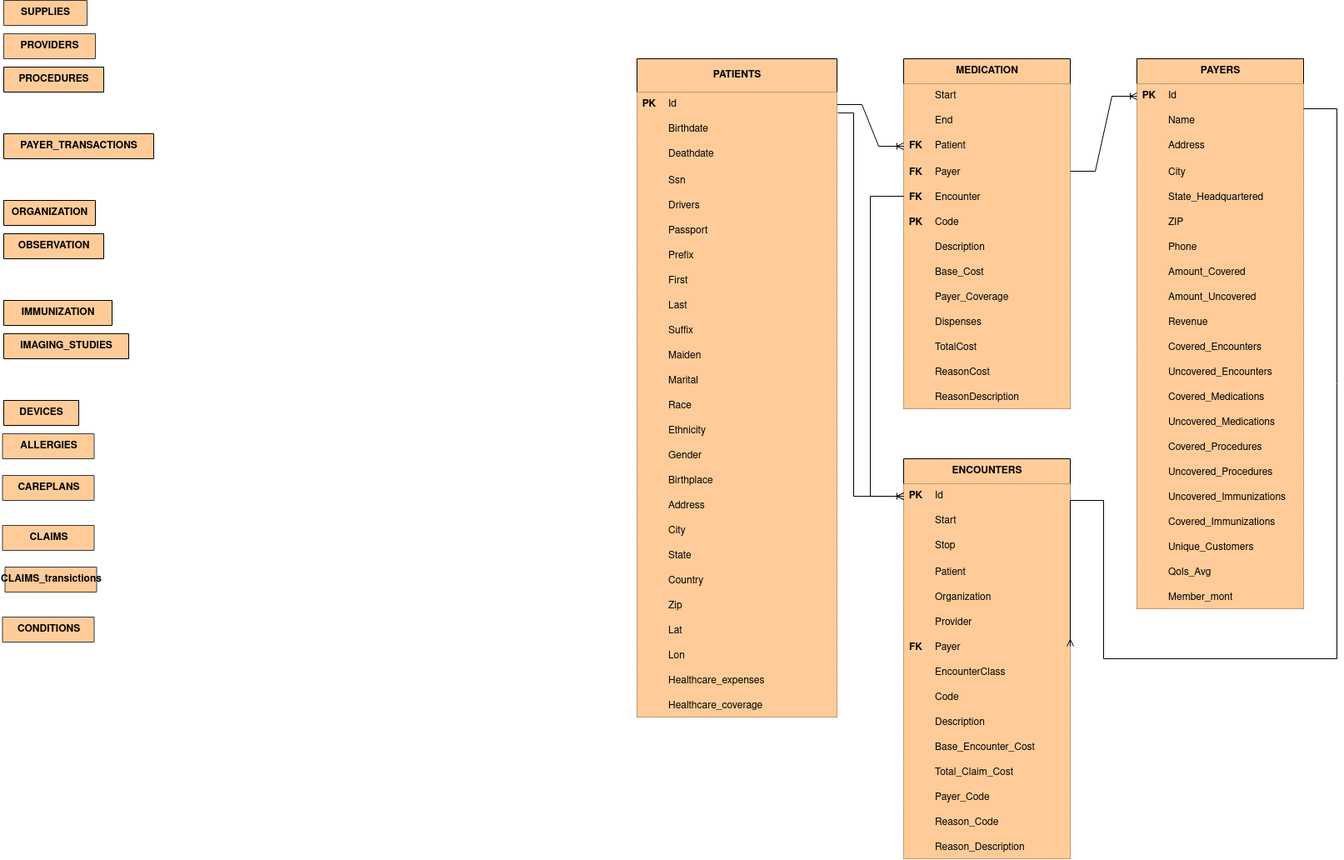
Earlier version of the draw.io export BigDataProject.drawio.png (UtsuroNoArashi/BigDataProject). Source tidied: cells renumbered, new cells last; positions are measured from the earlier drawing's top-left corner, leaving out a move shared by most shapes.
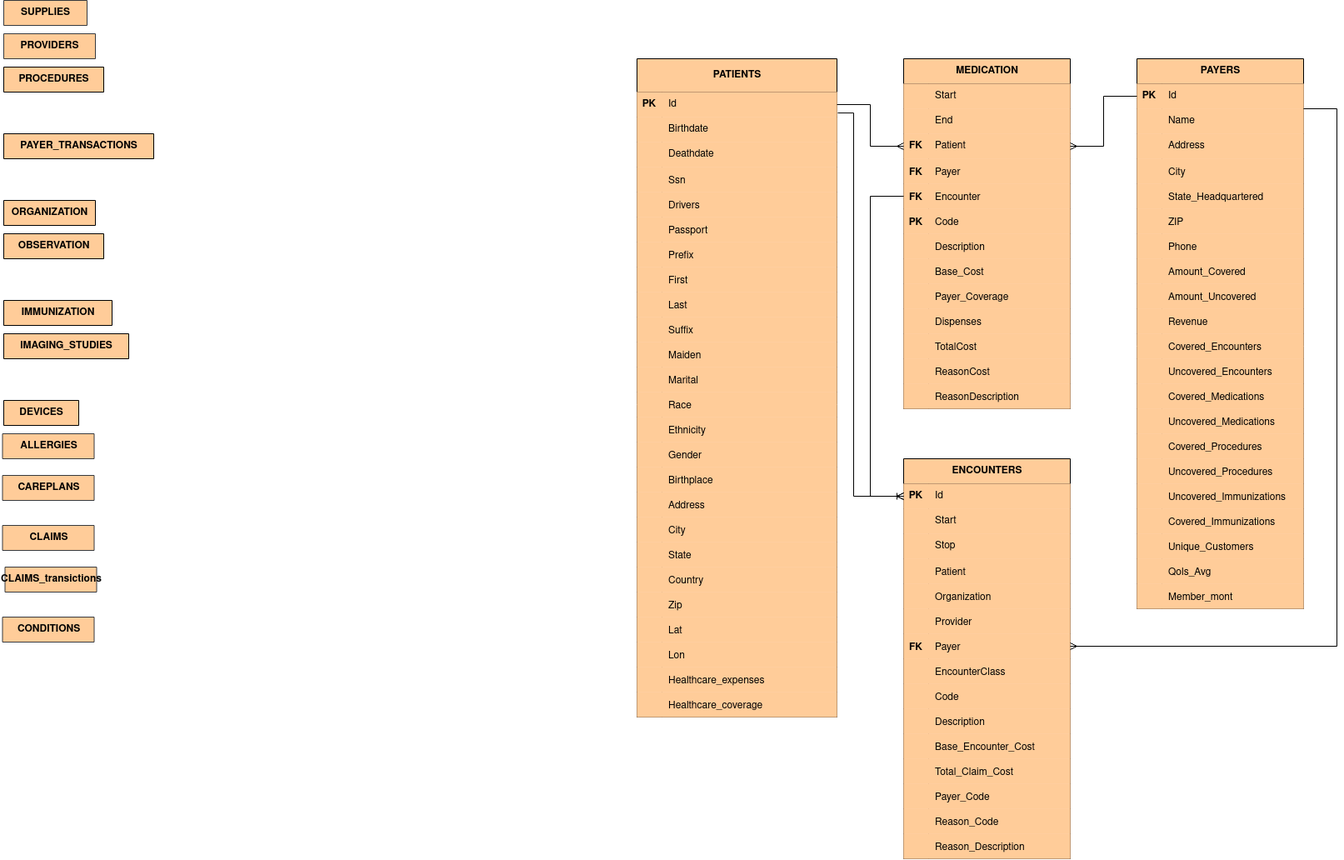
After the commit.

What changed in the source:
```diff
@@ -722,28 +722,11 @@
     <mxCell id="241" value="DEVICES" style="shape=table;startSize=30;rowLines=0;fontStyle=1;align=center;html=1;fillColor=light-dark(#FFCC99,#B98351);fontColor=light-dark(#000000,#000000);" parent="1" vertex="1" collapsed="1">
       <mxGeometry x="2" y="480" width="90" height="30" as="geometry" />
     </mxCell>
-    <mxCell id="242" style="edgeStyle=entityRelationEdgeStyle;fontSize=12;html=1;endArrow=ERoneToMany;rounded=0;exitX=1;exitY=0.5;exitDx=0;exitDy=0;entryX=0;entryY=0.5;entryDx=0;entryDy=0;" parent="1" edge="1" source="74" target="158">
-      <mxGeometry relative="1" as="geometry">
-        <Array as="points">
-          <mxPoint x="1182" y="100" />
-          <mxPoint x="1162" y="190" />
-          <mxPoint x="1222" y="110" />
-          <mxPoint x="1232" y="105" />
-          <mxPoint x="1202" y="135" />
-        </Array>
-      </mxGeometry>
-    </mxCell>
-    <mxCell id="243" style="edgeStyle=entityRelationEdgeStyle;fontSize=12;html=1;endArrow=ERoneToMany;rounded=0;exitX=1;exitY=0.5;exitDx=0;exitDy=0;entryX=0;entryY=0.5;entryDx=0;entryDy=0;" parent="1" edge="1" source="161" target="9">
-      <mxGeometry relative="1" as="geometry" />
-    </mxCell>
     <mxCell id="244" style="edgeStyle=orthogonalEdgeStyle;rounded=0;jettySize=auto;html=1;exitX=1;exitY=0.5;exitDx=0;exitDy=0;endArrow=none;endFill=0;startFill=0;startArrow=ERmany;" parent="1" edge="1" source="214">
       <mxGeometry relative="1" as="geometry">
         <mxPoint x="1562" y="130" as="targetPoint" />
         <Array as="points">
-          <mxPoint x="1282" y="600" />
-          <mxPoint x="1322" y="600" />
-          <mxPoint x="1322" y="790" />
-          <mxPoint x="1602" y="790" />
+          <mxPoint x="1602" y="775" />
           <mxPoint x="1602" y="130" />
         </Array>
       </mxGeometry>
@@ -764,5 +747,11 @@
         </Array>
       </mxGeometry>
     </mxCell>
+    <mxCell id="242" style="edgeStyle=orthogonalEdgeStyle;rounded=0;jettySize=auto;html=1;exitX=1;exitY=0.5;exitDx=0;exitDy=0;endArrow=ERmany;endFill=0;" parent="1" edge="1" source="74" target="158">
+      <mxGeometry relative="1" as="geometry" />
+    </mxCell>
+    <mxCell id="247" style="edgeStyle=orthogonalEdgeStyle;rounded=0;jettySize=auto;html=1;exitX=0;exitY=0.5;exitDx=0;exitDy=0;entryX=1;entryY=0.5;entryDx=0;entryDy=0;endArrow=ERmany;endFill=0;" parent="1" edge="1" source="9" target="158">
+      <mxGeometry relative="1" as="geometry" />
+    </mxCell>
   </root>
 </mxGraphModel>
```
